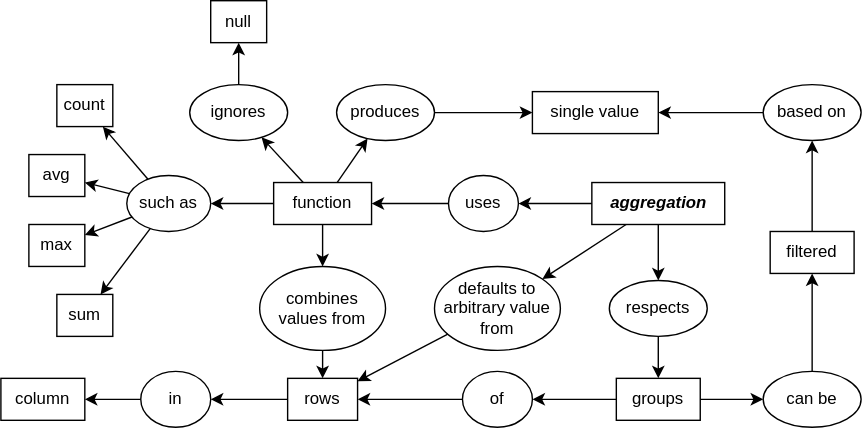
The draw.io diagram img/concept_map_aggregate.svg in gvwilson/sql-tutorial, before a commit. Source tidied: cells renumbered, new cells last; positions are measured from the earlier drawing's top-left corner, leaving out a move shared by most shapes.
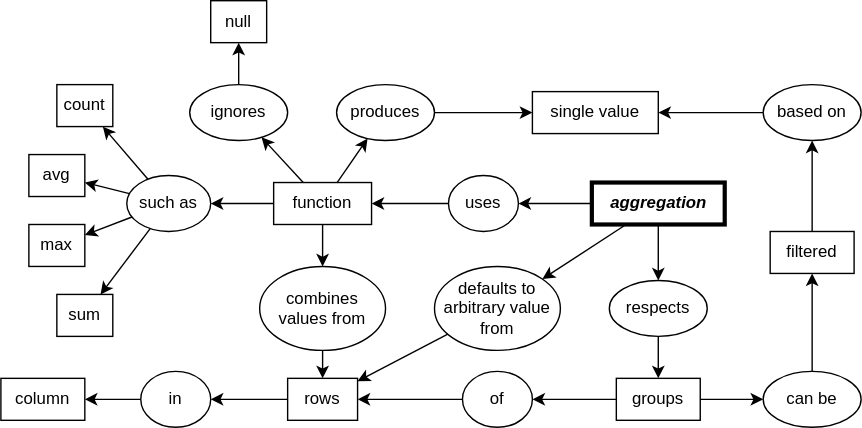
After the commit.

Commit message:
feat: concept map for temporary tables

Diff of the diagram source:
```diff
@@ -2,7 +2,7 @@
   <root>
     <mxCell id="0" />
     <mxCell id="1" parent="0" />
-    <mxCell id="2" value="&lt;i style=&quot;font-size: 12px;&quot;&gt;&lt;b style=&quot;font-size: 12px;&quot;&gt;aggregation&lt;/b&gt;&lt;/i&gt;" style="rounded=0;whiteSpace=wrap;html=1;fillColor=none;fontSize=12;" parent="1" vertex="1">
+    <mxCell id="2" value="&lt;i style=&quot;font-size: 12px;&quot;&gt;&lt;b style=&quot;font-size: 12px;&quot;&gt;aggregation&lt;/b&gt;&lt;/i&gt;" style="rounded=0;whiteSpace=wrap;html=1;fillColor=none;fontSize=12;strokeWidth=3;" parent="1" vertex="1">
       <mxGeometry x="422.5" y="130" width="95" height="30" as="geometry" />
     </mxCell>
     <mxCell id="3" value="combines&lt;br style=&quot;font-size: 12px;&quot;&gt;values from" style="ellipse;whiteSpace=wrap;html=1;fillColor=none;fontSize=12;" parent="1" vertex="1">
```
